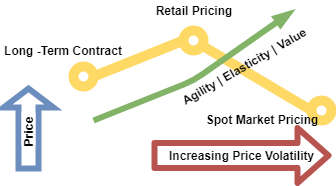
Above: Cloud_pricing.png in miranda-zhang/draw.io (draw.io), before the change. Source tidied: cells renumbered, new cells last; positions are measured from the earlier drawing's top-left corner, leaving out a move shared by most shapes.
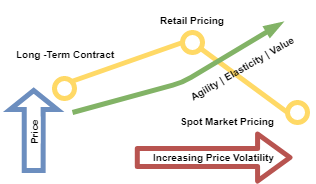
Above is the later version.

The edit, as a diff of the source:
```diff
@@ -2,63 +2,63 @@
   <root>
     <mxCell id="0" />
     <mxCell id="1" parent="0" />
+    <mxCell id="10" style="group;fontStyle=1;strokeWidth=5;fontSize=10;" parent="1" vertex="1">
+      <mxGeometry y="88" width="310" height="80" as="geometry" />
+    </mxCell>
+    <mxCell id="11" value="Price&amp;nbsp;" style="html=1;align=center;verticalAlign=middle;shape=mxgraph.arrows2.arrow;dy=0.6;dx=19;direction=north;notch=0;flipV=0;horizontal=0;fontSize=10;fontStyle=1;rounded=1;labelBackgroundColor=#ffffff;endArrow=classic;endSize=8.33;strokeColor=#6c8ebf;strokeWidth=5;fillColor=none;" parent="10" vertex="1">
+      <mxGeometry x="7.6" width="47.3" height="80" as="geometry" />
+    </mxCell>
+    <mxCell id="12" value="Increasing Price Volatility" style="shape=flexArrow;endArrow=classic;html=1;endWidth=24;endSize=9.14;width=14;fontSize=10;fontStyle=1;fillColor=none;strokeColor=#b85450;strokeWidth=5;" parent="10" edge="1">
+      <mxGeometry relative="1" as="geometry">
+        <mxPoint x="132.3" y="67" as="sourcePoint" />
+        <mxPoint x="290" y="67" as="targetPoint" />
+      </mxGeometry>
+    </mxCell>
-    <mxCell id="2" style="endArrow=none;html=1;fontSize=12;spacing=0;comic=0;strokeWidth=10;strokeColor=#FFD966;fontStyle=1;" parent="1" edge="1" source="4">
+    <mxCell id="2" style="endArrow=none;html=1;fontSize=10;spacing=0;comic=0;strokeWidth=5;strokeColor=#FFD966;fontStyle=1;" parent="1" edge="1" source="4">
       <mxGeometry relative="1" as="geometry">
         <mxPoint x="190" y="40" as="targetPoint" />
       </mxGeometry>
     </mxCell>
-    <mxCell id="3" style="endArrow=none;html=1;fontSize=12;strokeColor=#FFD966;strokeWidth=10;spacing=0;fontStyle=1;entryX=0;entryY=0.5;entryDx=0;entryDy=0;" parent="1" edge="1" target="7">
+    <mxCell id="3" style="endArrow=none;html=1;fontSize=10;strokeColor=#FFD966;strokeWidth=5;spacing=0;fontStyle=1;entryX=0;entryY=0.5;entryDx=0;entryDy=0;" parent="1" edge="1" target="7">
       <mxGeometry relative="1" as="geometry">
         <mxPoint x="190" y="40" as="sourcePoint" />
       </mxGeometry>
     </mxCell>
-    <mxCell id="4" style="ellipse;whiteSpace=wrap;html=1;fontSize=12;rounded=1;strokeColor=#FFD966;strokeWidth=10;labelBackgroundColor=#ffffff;spacing=0;endArrow=none;fontStyle=1;" parent="1" vertex="1">
+    <mxCell id="4" style="ellipse;whiteSpace=wrap;html=1;fontSize=10;rounded=1;strokeColor=#FFD966;strokeWidth=5;labelBackgroundColor=#ffffff;spacing=0;endArrow=none;fontStyle=1;" parent="1" vertex="1">
       <mxGeometry x="180" y="30" width="20" height="20" as="geometry" />
     </mxCell>
-    <mxCell id="5" style="endArrow=none;html=1;fontSize=12;spacing=0;comic=0;strokeWidth=10;strokeColor=#FFD966;fontStyle=1;entryX=0;entryY=0.5;entryDx=0;entryDy=0;exitX=1;exitY=0.5;exitDx=0;exitDy=0;" parent="1" edge="1" source="6" target="4">
+    <mxCell id="5" style="endArrow=none;html=1;fontSize=10;spacing=0;comic=0;strokeWidth=5;strokeColor=#FFD966;fontStyle=1;entryX=0;entryY=0.5;entryDx=0;entryDy=0;exitX=1;exitY=0;exitDx=0;exitDy=0;" parent="1" edge="1" source="6" target="4">
       <mxGeometry relative="1" as="geometry" />
     </mxCell>
-    <mxCell id="6" style="ellipse;whiteSpace=wrap;html=1;fontSize=12;rounded=1;strokeColor=#FFD966;strokeWidth=10;labelBackgroundColor=#ffffff;spacing=0;endArrow=none;fontStyle=1;" parent="1" vertex="1">
-      <mxGeometry x="70" y="66" width="20" height="20" as="geometry" />
+    <mxCell id="6" style="ellipse;whiteSpace=wrap;html=1;fontSize=10;rounded=1;strokeColor=#FFD966;strokeWidth=5;labelBackgroundColor=#ffffff;spacing=0;endArrow=none;fontStyle=1;" parent="1" vertex="1">
+      <mxGeometry x="52" y="76" width="20" height="20" as="geometry" />
     </mxCell>
-    <mxCell id="7" style="ellipse;whiteSpace=wrap;html=1;fontSize=12;rounded=1;strokeColor=#FFD966;strokeWidth=10;labelBackgroundColor=#ffffff;spacing=0;endArrow=none;fontStyle=1;" parent="1" vertex="1">
-      <mxGeometry x="308" y="100" width="20" height="20" as="geometry" />
+    <mxCell id="7" style="ellipse;whiteSpace=wrap;html=1;fontSize=10;rounded=1;strokeColor=#FFD966;strokeWidth=5;labelBackgroundColor=#ffffff;spacing=0;endArrow=none;fontStyle=1;" parent="1" vertex="1">
+      <mxGeometry x="285" y="100" width="20" height="20" as="geometry" />
     </mxCell>
-    <mxCell id="8" value="Agility | Elasticity | Value" style="text;html=1;strokeColor=none;fillColor=none;align=center;verticalAlign=middle;whiteSpace=wrap;rounded=0;fontSize=12;rotation=-30;fontStyle=1;" parent="1" vertex="1">
+    <mxCell id="8" value="Agility | Elasticity | Value" style="text;html=1;strokeColor=none;fillColor=none;align=center;verticalAlign=middle;whiteSpace=wrap;rounded=0;fontSize=10;rotation=-30;fontStyle=1;strokeWidth=5;" parent="1" vertex="1">
       <mxGeometry x="165" y="56" width="150" height="20" as="geometry" />
     </mxCell>
-    <mxCell id="9" value="Long -Term Contract" style="text;html=1;strokeColor=none;fillColor=none;align=center;verticalAlign=middle;whiteSpace=wrap;rounded=0;fontSize=12;fontStyle=1;" parent="1" vertex="1">
-      <mxGeometry y="40" width="120" height="20" as="geometry" />
+    <mxCell id="9" value="Long -Term Contract" style="text;html=1;strokeColor=none;fillColor=none;align=center;verticalAlign=middle;whiteSpace=wrap;rounded=0;fontSize=10;fontStyle=1;strokeWidth=5;" parent="1" vertex="1">
+      <mxGeometry x="8" y="42" width="108" height="20" as="geometry" />
     </mxCell>
-    <mxCell id="10" style="group;fontStyle=1;" parent="1" vertex="1">
-      <mxGeometry y="88" width="328" height="80" as="geometry" />
-    </mxCell>
-    <mxCell id="11" value="Price&amp;nbsp;" style="html=1;align=center;verticalAlign=middle;shape=mxgraph.arrows2.arrow;dy=0.6;dx=19;direction=north;notch=0;flipV=0;horizontal=0;fontSize=12;fontStyle=1;rounded=1;labelBackgroundColor=#ffffff;endArrow=classic;endSize=8.33;strokeColor=#6c8ebf;strokeWidth=6;fillColor=#FFFFFF;" parent="10" vertex="1">
-      <mxGeometry width="50" height="80" as="geometry" />
-    </mxCell>
-    <mxCell id="12" value="Increasing Price Volatility" style="shape=flexArrow;endArrow=classic;html=1;endWidth=24;endSize=8.33;width=20;fontSize=12;fontStyle=1;fillColor=#FFFFFF;strokeColor=#b85450;strokeWidth=6;" parent="10" edge="1">
-      <mxGeometry relative="1" as="geometry">
-        <mxPoint x="148" y="67" as="sourcePoint" />
-        <mxPoint x="328" y="67" as="targetPoint" />
-      </mxGeometry>
-    </mxCell>
-    <mxCell id="13" style="group;fontStyle=1;" parent="1" vertex="1">
+    <mxCell id="13" style="group;fontStyle=1;strokeWidth=5;fontSize=10;" parent="1" vertex="1">
       <mxGeometry x="140" width="100" height="70" as="geometry" />
     </mxCell>
-    <mxCell id="14" value="Retail Pricing" style="text;html=1;strokeColor=none;fillColor=none;align=center;verticalAlign=middle;whiteSpace=wrap;rounded=0;fontSize=12;fontStyle=1;" parent="13" vertex="1">
-      <mxGeometry width="100" height="20" as="geometry" />
+    <mxCell id="14" value="Retail Pricing" style="text;html=1;strokeColor=none;fillColor=none;align=center;verticalAlign=middle;whiteSpace=wrap;rounded=0;fontSize=10;fontStyle=1;strokeWidth=5;" parent="13" vertex="1">
+      <mxGeometry y="8" width="100" height="20" as="geometry" />
     </mxCell>
-    <mxCell id="15" style="endArrow=blockThin;html=1;strokeColor=#82b366;strokeWidth=6;fillColor=#d5e8d4;fontSize=12;endFill=1;fontStyle=1;" parent="13" edge="1">
+    <mxCell id="15" style="endArrow=blockThin;html=1;strokeColor=#82b366;strokeWidth=5;fillColor=#d5e8d4;fontSize=10;endFill=1;fontStyle=1;" parent="13" edge="1">
       <mxGeometry relative="1" as="geometry">
-        <mxPoint x="-50" y="120" as="sourcePoint" />
-        <mxPoint x="150" y="10" as="targetPoint" />
+        <mxPoint x="-70" y="110" as="sourcePoint" />
+        <mxPoint x="140" y="20" as="targetPoint" />
         <Array as="points">
-          <mxPoint x="50" y="80" />
+          <mxPoint x="40" y="80" />
         </Array>
       </mxGeometry>
     </mxCell>
-    <mxCell id="16" value="Spot Market Pricing" style="text;html=1;strokeColor=none;fillColor=none;align=center;verticalAlign=middle;whiteSpace=wrap;rounded=0;fontSize=12;fontStyle=1;" parent="1" vertex="1">
-      <mxGeometry x="198" y="107" width="120" height="24" as="geometry" />
+    <mxCell id="16" value="Spot Market Pricing" style="text;html=1;strokeColor=none;fillColor=none;align=center;verticalAlign=middle;whiteSpace=wrap;rounded=0;fontSize=10;fontStyle=1;strokeWidth=5;" parent="1" vertex="1">
+      <mxGeometry x="165" y="107" width="120" height="24" as="geometry" />
     </mxCell>
   </root>
 </mxGraphModel>
```
